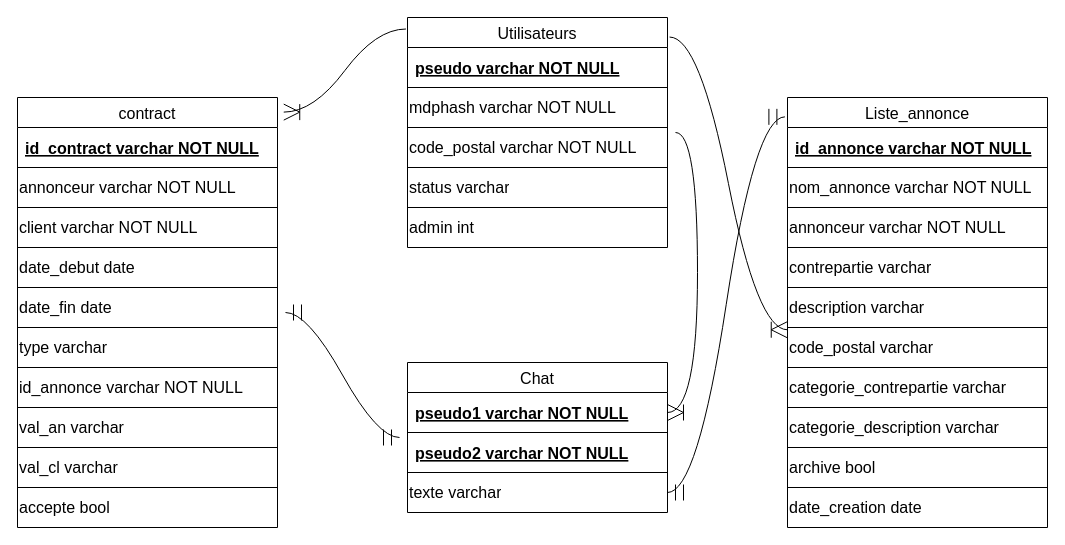
Above: Rapport/Diagramme_DB.drawio in LeBoufty/ppii1 (draw.io), before the change. Source tidied: cells renumbered, new cells numbered last; positions are measured from the earlier drawing's top-left corner, leaving out a move shared by most shapes. Both pictures are drawn from the tidied source at 100%, with x=0, y=0 at pixel (17, 17).
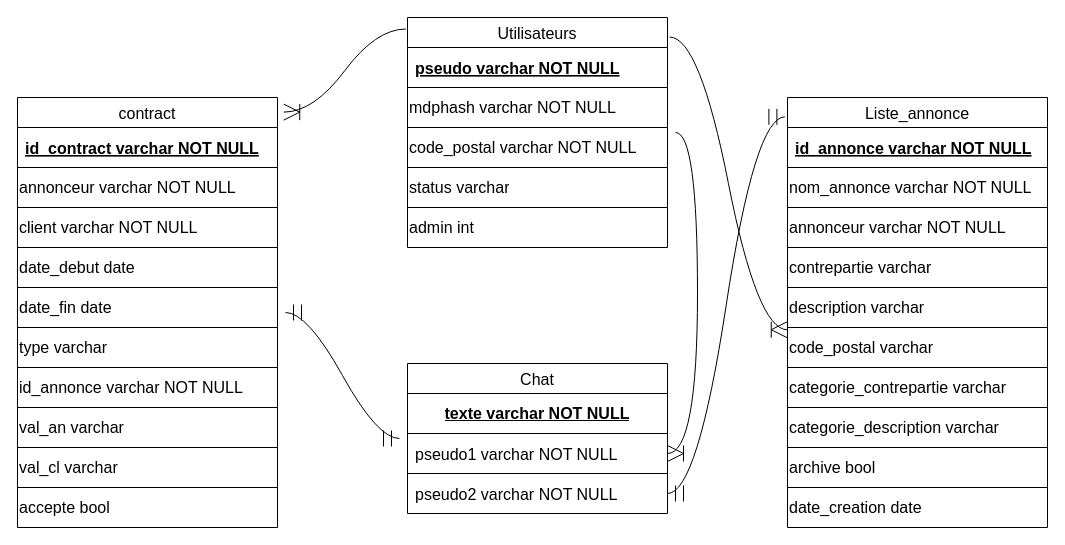
Above is the later version.

Commit message (it also covers changes not shown here):
diagramme DB MAJ (<80 cara batar)

The change refers to these unchanged cells:
```xml
<mxCell id="13" value="Liste_annonce" style="shape=table;startSize=30;childLayout=tableLayout;fontSize=16;" parent="1" vertex="1">
  <mxGeometry x="770" y="80" width="260" height="430" as="geometry" />
</mxCell>
```

Diff of the diagram source:
```diff
@@
     <mxCell id="34" value="Chat" style="shape=table;startSize=30;childLayout=tableLayout;fontSize=16;" parent="1" vertex="1">
-      <mxGeometry x="390" y="345" width="260" height="150" as="geometry" />
+      <mxGeometry x="390" y="346" width="260" height="150" as="geometry" />
     </mxCell>
+    <mxCell id="39" style="shape=tableRow;horizontal=0;startSize=0;swimlaneHead=0;swimlaneBody=0;top=0;left=0;bottom=0;right=0;fillColor=none;points=[[0,0.5],[1,0.5]];portConstraint=eastwest;fontSize=16;" parent="34" vertex="1">
+      <mxGeometry y="30" width="260" height="40" as="geometry" />
+    </mxCell>
+    <mxCell id="40" value="&lt;u&gt;&lt;b&gt;texte varchar NOT NULL&lt;br&gt;&lt;/b&gt;&lt;/u&gt;" style="shape=partialRectangle;html=1;whiteSpace=wrap;overflow=hidden;fillColor=none;top=0;left=0;bottom=0;right=0;fontSize=16;align=center;" parent="39" vertex="1">
+      <mxGeometry width="260" height="40" as="geometry" />
+    </mxCell>
     <mxCell id="35" style="shape=tableRow;horizontal=0;startSize=0;swimlaneHead=0;swimlaneBody=0;top=0;left=0;bottom=0;right=0;fillColor=none;points=[[0,0.5],[1,0.5]];portConstraint=eastwest;fontSize=16;" parent="34" vertex="1">
-      <mxGeometry y="30" width="260" height="40" as="geometry" />
+      <mxGeometry y="70" width="260" height="40" as="geometry" />
     </mxCell>
-    <mxCell id="36" value="pseudo1 varchar NOT NULL " style="shape=partialRectangle;overflow=hidden;fillColor=none;top=0;left=0;bottom=0;right=0;align=left;spacingLeft=6;fontStyle=5;fontSize=16;" parent="35" vertex="1">
+    <mxCell id="36" value="pseudo1 varchar NOT NULL " style="shape=partialRectangle;overflow=hidden;fillColor=none;top=0;left=0;bottom=0;right=0;align=left;spacingLeft=6;fontStyle=0;fontSize=16;" parent="35" vertex="1">
       <mxGeometry width="260" height="40" as="geometry" />
     </mxCell>
     <mxCell id="37" style="shape=tableRow;horizontal=0;startSize=0;swimlaneHead=0;swimlaneBody=0;top=0;left=0;bottom=0;right=0;fillColor=none;points=[[0,0.5],[1,0.5]];portConstraint=eastwest;fontSize=16;" parent="34" vertex="1">
-      <mxGeometry y="70" width="260" height="40" as="geometry" />
+      <mxGeometry y="110" width="260" height="40" as="geometry" />
     </mxCell>
-    <mxCell id="38" value="pseudo2 varchar NOT NULL" style="shape=partialRectangle;overflow=hidden;fillColor=none;top=0;left=0;bottom=0;right=0;align=left;spacingLeft=6;fontStyle=5;fontSize=16;" parent="37" vertex="1">
+    <mxCell id="38" value="pseudo2 varchar NOT NULL" style="shape=partialRectangle;overflow=hidden;fillColor=none;top=0;left=0;bottom=0;right=0;align=left;spacingLeft=6;fontStyle=0;fontSize=16;" parent="37" vertex="1">
       <mxGeometry width="260" height="40" as="geometry" />
     </mxCell>
-    <mxCell id="39" style="shape=tableRow;horizontal=0;startSize=0;swimlaneHead=0;swimlaneBody=0;top=0;left=0;bottom=0;right=0;fillColor=none;points=[[0,0.5],[1,0.5]];portConstraint=eastwest;fontSize=16;" parent="34" vertex="1">
-      <mxGeometry y="110" width="260" height="40" as="geometry" />
-    </mxCell>
-    <mxCell id="40" value="texte varchar" style="shape=partialRectangle;html=1;whiteSpace=wrap;overflow=hidden;fillColor=none;top=0;left=0;bottom=0;right=0;fontSize=16;align=left;" parent="39" vertex="1">
-      <mxGeometry width="260" height="40" as="geometry" />
-    </mxCell>
@@
-    <mxCell id="65" style="edgeStyle=entityRelationEdgeStyle;fontSize=12;html=1;endArrow=ERmandOne;startArrow=ERmandOne;rounded=0;startSize=14;endSize=14;sourcePerimeterSpacing=8;targetPerimeterSpacing=8;curved=1;entryX=-0.01;entryY=0.045;entryDx=0;entryDy=0;entryPerimeter=0;exitX=1;exitY=0.5;exitDx=0;exitDy=0;" parent="1" edge="1" source="39" target="13">
+    <mxCell id="65" style="edgeStyle=entityRelationEdgeStyle;fontSize=12;html=1;endArrow=ERmandOne;startArrow=ERmandOne;rounded=0;startSize=14;endSize=14;sourcePerimeterSpacing=8;targetPerimeterSpacing=8;curved=1;entryX=-0.01;entryY=0.045;entryDx=0;entryDy=0;entryPerimeter=0;exitX=1;exitY=0.5;exitDx=0;exitDy=0;" parent="1" edge="1" source="37" target="13">
       <mxGeometry relative="1" as="geometry" />
     </mxCell>
```
